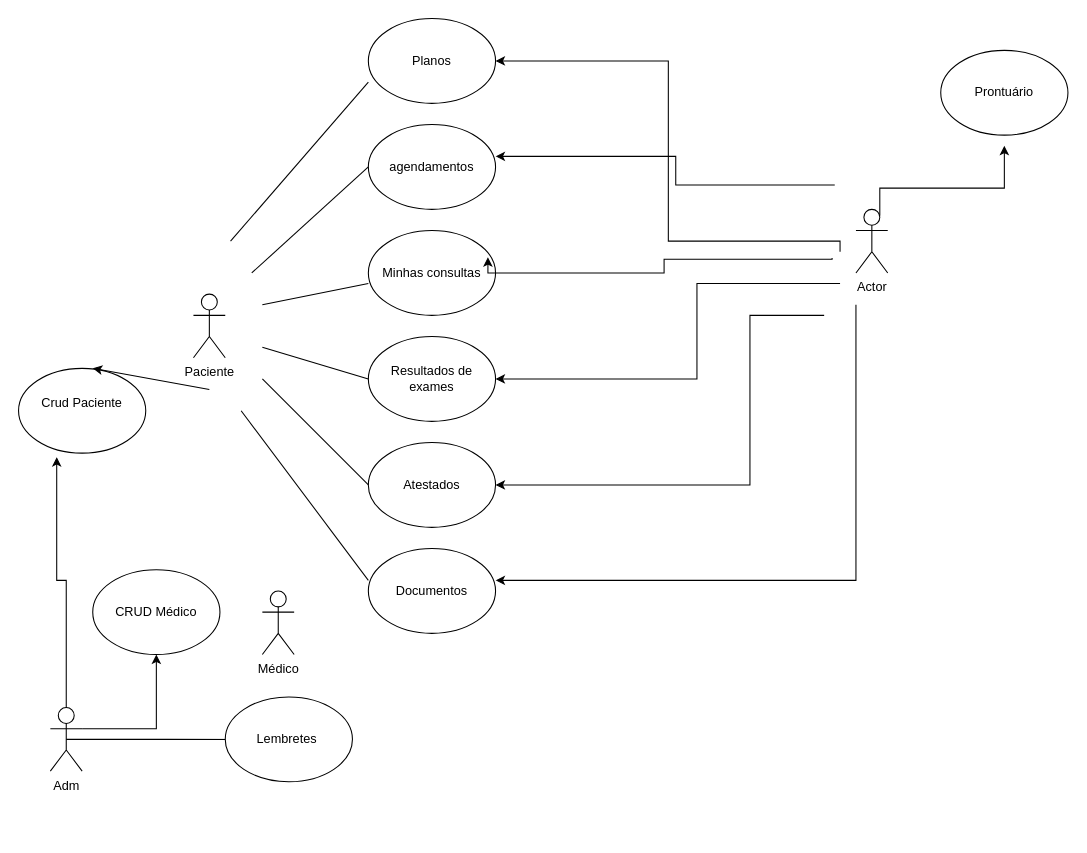
The draw.io diagram page "Página-4" (4 of 4) of Diagrama sem nome.drawio in Anthony-zzz/diagramasderequisitos, before the edit. Source tidied: cells renumbered, new cells numbered last; positions are measured from the earlier drawing's top-left corner, leaving out a move shared by most shapes. Both pictures are drawn from the tidied source at 106%, with x=0, y=0 at pixel (18, 18).
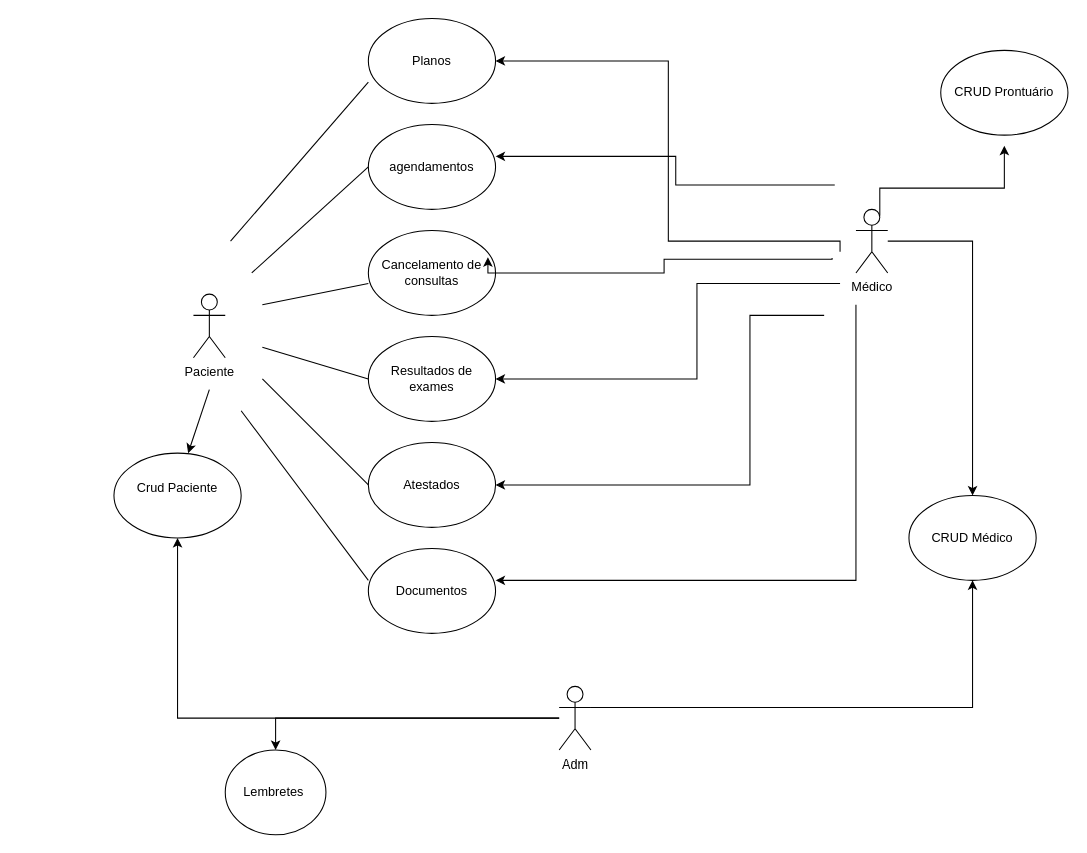
Above is the later version.

What changed in the source:
```diff
@@
     <mxCell id="2" value="Crud Paciente&lt;div&gt;&lt;br&gt;&lt;/div&gt;" style="ellipse;whiteSpace=wrap;html=1;fillColor=none;" parent="1" vertex="1">
-      <mxGeometry y="330" width="120" height="80" as="geometry" />
+      <mxGeometry x="90" y="410" width="120" height="80" as="geometry" />
     </mxCell>
@@
-    <mxCell id="6" value="Minhas consultas" style="ellipse;whiteSpace=wrap;html=1;" parent="1" vertex="1">
+    <mxCell id="6" value="Cancelamento de consultas" style="ellipse;whiteSpace=wrap;html=1;" parent="1" vertex="1">
       <mxGeometry x="330" y="200" width="120" height="80" as="geometry" />
     </mxCell>
@@
+    <mxCell id="33" style="edgeStyle=orthogonalEdgeStyle;rounded=0;jettySize=auto;html=1;entryX=0.5;entryY=0;entryDx=0;entryDy=0;" parent="1" edge="1" source="24" target="27">
+      <mxGeometry relative="1" as="geometry" />
+    </mxCell>
-    <mxCell id="24" value="Actor" style="shape=umlActor;verticalLabelPosition=bottom;verticalAlign=top;html=1;outlineConnect=0;" parent="1" vertex="1">
+    <mxCell id="24" value="Médico" style="shape=umlActor;verticalLabelPosition=bottom;verticalAlign=top;html=1;outlineConnect=0;" parent="1" vertex="1">
       <mxGeometry x="790" y="180" width="30" height="60" as="geometry" />
     </mxCell>
-    <mxCell id="25" value="Prontuário" style="ellipse;whiteSpace=wrap;html=1;" parent="1" vertex="1">
+    <mxCell id="25" value="CRUD Prontuário" style="ellipse;whiteSpace=wrap;html=1;" parent="1" vertex="1">
       <mxGeometry x="870" y="30" width="120" height="80" as="geometry" />
     </mxCell>
-    <mxCell id="26" value="Médico" style="shape=umlActor;verticalLabelPosition=bottom;verticalAlign=top;html=1;" parent="1" vertex="1">
-      <mxGeometry x="230" y="540" width="30" height="60" as="geometry" />
-    </mxCell>
     <mxCell id="27" value="CRUD Médico" style="ellipse;whiteSpace=wrap;html=1;" parent="1" vertex="1">
-      <mxGeometry x="70" y="520" width="120" height="80" as="geometry" />
+      <mxGeometry x="840" y="450" width="120" height="80" as="geometry" />
     </mxCell>
@@
-    <mxCell id="29" style="edgeStyle=orthogonalEdgeStyle;rounded=0;jettySize=auto;html=1;exitX=0.5;exitY=0.5;exitDx=0;exitDy=0;exitPerimeter=0;" parent="1" edge="1" source="30">
-      <mxGeometry relative="1" as="geometry">
-        <mxPoint x="220" y="680.2" as="targetPoint" />
-      </mxGeometry>
-    </mxCell>
+    <mxCell id="34" style="edgeStyle=orthogonalEdgeStyle;rounded=0;jettySize=auto;html=1;entryX=0.5;entryY=0;entryDx=0;entryDy=0;" parent="1" edge="1" source="30" target="32">
+      <mxGeometry relative="1" as="geometry" />
+    </mxCell>
+    <mxCell id="31" style="edgeStyle=orthogonalEdgeStyle;rounded=0;jettySize=auto;html=1;entryX=0.5;entryY=1;entryDx=0;entryDy=0;" parent="1" edge="1" source="30" target="2">
+      <mxGeometry relative="1" as="geometry" />
+    </mxCell>
     <mxCell id="30" value="Adm" style="shape=umlActor;verticalLabelPosition=bottom;verticalAlign=top;html=1;outlineConnect=0;" parent="1" vertex="1">
-      <mxGeometry x="30" y="650" width="30" height="60" as="geometry" />
+      <mxGeometry x="510" y="630" width="30" height="60" as="geometry" />
     </mxCell>
-    <mxCell id="31" style="edgeStyle=orthogonalEdgeStyle;rounded=0;jettySize=auto;html=1;exitX=0.5;exitY=0;exitDx=0;exitDy=0;exitPerimeter=0;entryX=0.3;entryY=1.047;entryDx=0;entryDy=0;entryPerimeter=0;" parent="1" edge="1" source="30" target="2">
-      <mxGeometry relative="1" as="geometry" />
-    </mxCell>
     <mxCell id="32" value="Lembretes&amp;nbsp;" style="ellipse;whiteSpace=wrap;html=1;" parent="1" vertex="1">
-      <mxGeometry x="195" y="640" width="120" height="80" as="geometry" />
+      <mxGeometry x="195" y="690" width="95" height="80" as="geometry" />
     </mxCell>
```
